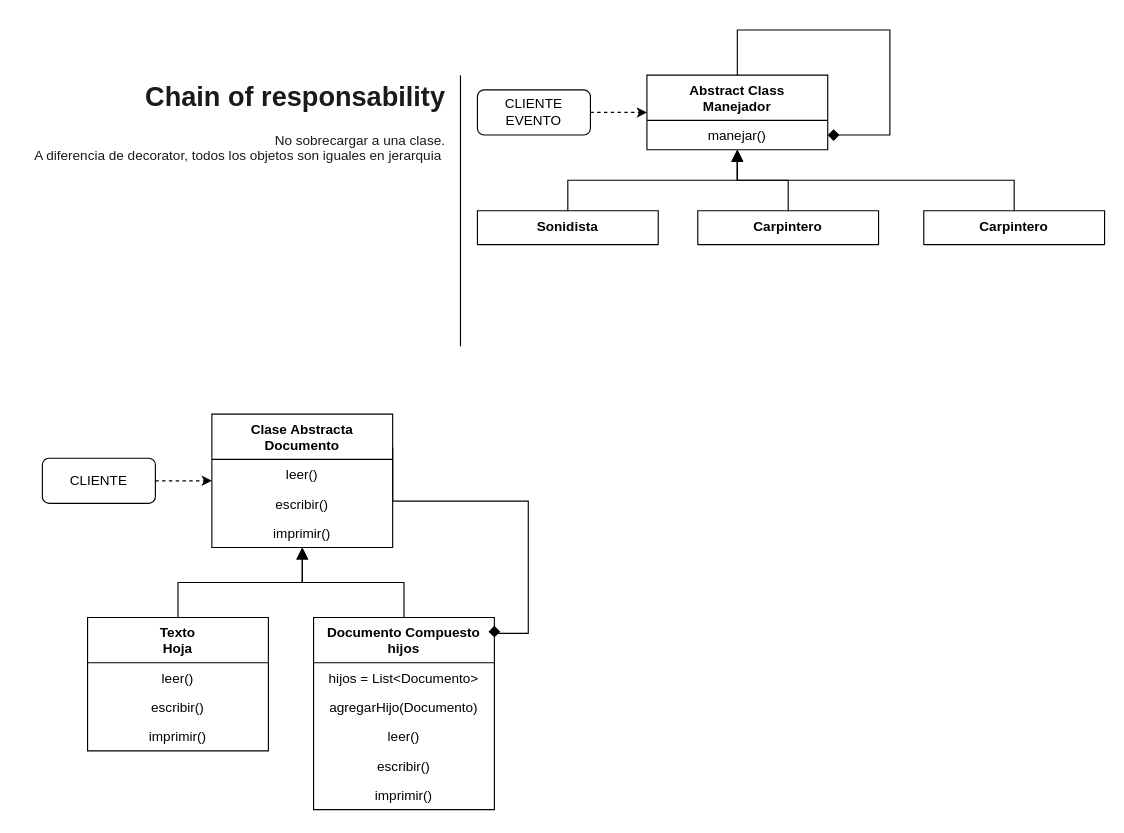
veroyols/I3007_patrones_de_disenio keeps this draw.io diagram as page "7 Chain of responsability" (1 of 2) of Clase7.drawio. Above is the earlier version. Source tidied: cells renumbered, new cells numbered last; positions are measured from the earlier drawing's top-left corner, leaving out a move shared by most shapes. Both pictures are drawn from the tidied source at 113%, with x=0, y=0 at pixel (19, 29).
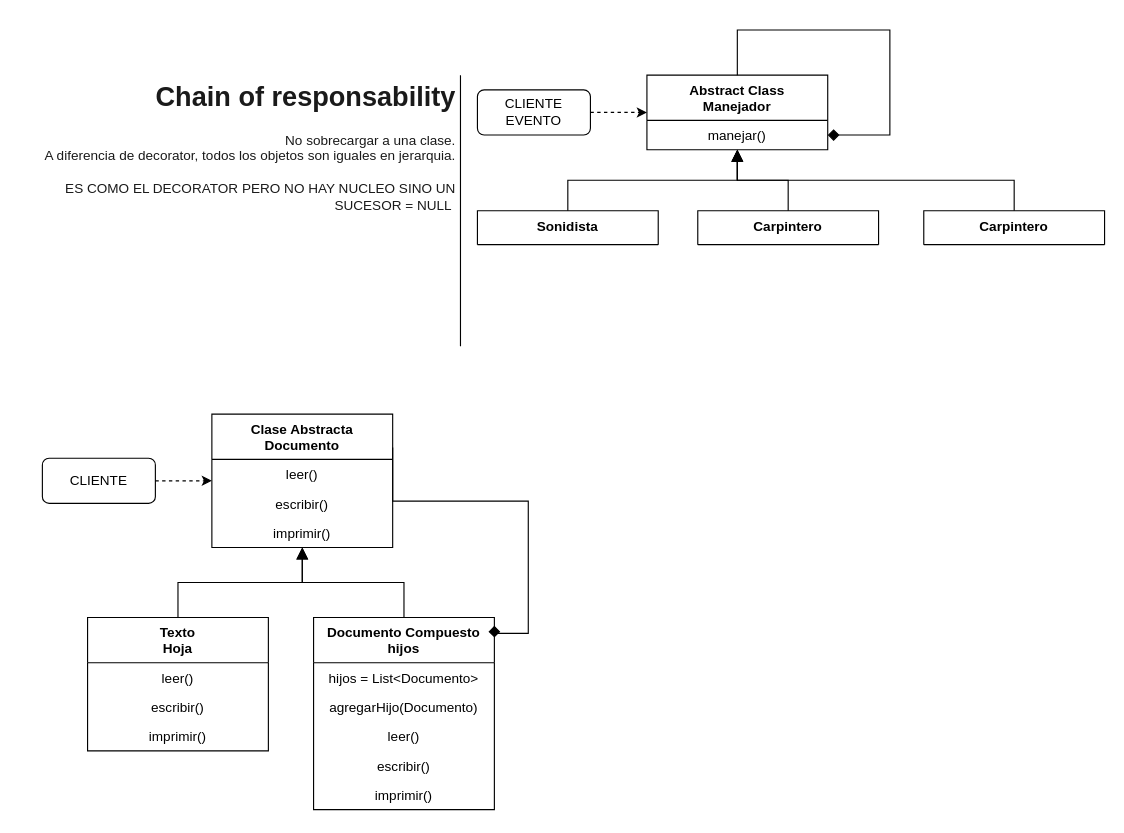
Above is the later version.

Diff of the diagram source:
```diff
@@
-    <mxCell id="5" value="&lt;h1 style=&quot;text-align: right&quot;&gt;&lt;font color=&quot;#1a1a1a&quot;&gt;Chain of responsability&lt;/font&gt;&lt;/h1&gt;&lt;div&gt;&lt;div style=&quot;text-align: right&quot;&gt;&lt;font color=&quot;#1a1a1a&quot;&gt;No sobrecargar a una clase.&lt;/font&gt;&lt;/div&gt;&lt;div style=&quot;text-align: right&quot;&gt;&lt;font color=&quot;#1a1a1a&quot;&gt;A diferencia de decorator, todos los objetos son iguales en jerarquia&amp;nbsp;&lt;/font&gt;&lt;/div&gt;&lt;div style=&quot;text-align: right&quot;&gt;&lt;br&gt;&lt;/div&gt;&lt;/div&gt;&lt;p&gt;&lt;/p&gt;" style="text;html=1;strokeColor=none;fillColor=none;spacing=5;spacingTop=-20;whiteSpace=wrap;overflow=hidden;rounded=0;align=center;" parent="1" vertex="1">
+    <mxCell id="5" value="&lt;h1 style=&quot;text-align: right&quot;&gt;&lt;font color=&quot;#1a1a1a&quot;&gt;Chain of responsability&lt;/font&gt;&lt;/h1&gt;&lt;div&gt;&lt;div style=&quot;text-align: right&quot;&gt;&lt;font color=&quot;#1a1a1a&quot;&gt;No sobrecargar a una clase.&lt;/font&gt;&lt;/div&gt;&lt;div style=&quot;text-align: right&quot;&gt;&lt;font color=&quot;#1a1a1a&quot;&gt;A diferencia de decorator, todos los objetos son iguales en jerarquia.&lt;/font&gt;&lt;/div&gt;&lt;div style=&quot;text-align: right&quot;&gt;&lt;font color=&quot;#1a1a1a&quot;&gt;&lt;br&gt;&lt;/font&gt;&lt;/div&gt;&lt;div style=&quot;text-align: right&quot;&gt;&lt;font color=&quot;#1a1a1a&quot;&gt;ES COMO EL DECORATOR PERO NO HAY NUCLEO SINO UN SUCESOR = NULL&amp;nbsp;&lt;/font&gt;&lt;/div&gt;&lt;div style=&quot;text-align: right&quot;&gt;&lt;br&gt;&lt;/div&gt;&lt;/div&gt;&lt;p&gt;&lt;/p&gt;" style="text;html=1;strokeColor=none;fillColor=none;spacing=5;spacingTop=-20;whiteSpace=wrap;overflow=hidden;rounded=0;align=center;" parent="1" vertex="1">
       <mxGeometry y="40" width="390" height="240" as="geometry" />
     </mxCell>
```
